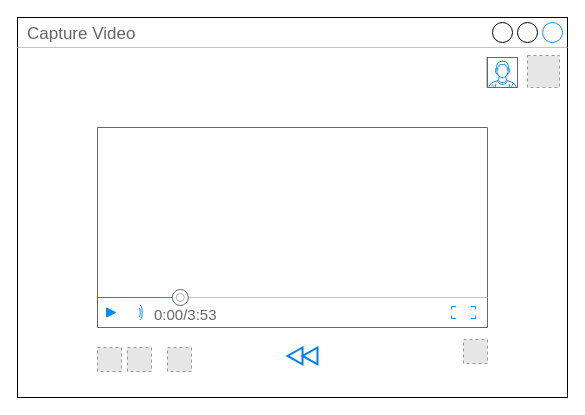
This is page "Certified User - Landing" (5 of 10) of Untitled Diagram.drawio from wowarjuna/ivod, a draw.io file, before an edit. Source tidied: cells renumbered, new cells numbered last; positions are measured from the earlier drawing's top-left corner, leaving out a move shared by most shapes. Both pictures are drawn from the tidied source at 100%, with x=0, y=0 at pixel (17, 17). Pictures stored in the file or linked from it are replaced by grey dashed boxes.
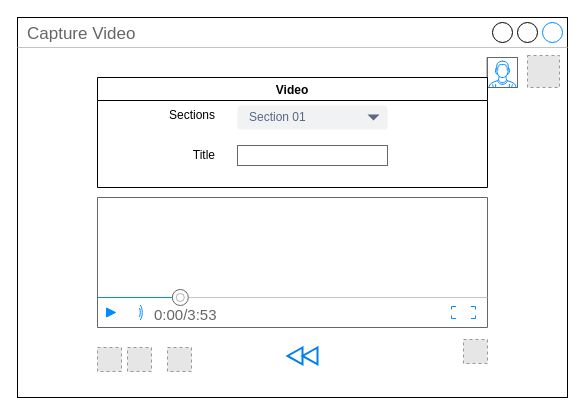
The same page after the edit.

Diff of the diagram source:
```diff
@@
 <mxGraphModel>
   <root>
     <mxCell id="0" />
     <mxCell id="1" parent="0" />
     <mxCell id="2" value="Capture Video" style="strokeWidth=1;shadow=0;dashed=0;align=center;html=1;shape=mxgraph.mockup.containers.window;align=left;verticalAlign=top;spacingLeft=8;strokeColor2=#008cff;strokeColor3=#c4c4c4;fontColor=#666666;mainText=;fontSize=17;labelBackgroundColor=none;" parent="1" vertex="1">
       <mxGeometry width="550" height="380" as="geometry" />
     </mxCell>
     <mxCell id="3" style="verticalLabelPosition=bottom;shadow=0;dashed=0;align=center;html=1;verticalAlign=top;strokeWidth=1;shape=mxgraph.mockup.containers.userMale;strokeColor=#666666;strokeColor2=#008cff;" parent="1" vertex="1">
       <mxGeometry x="470" y="40" width="30" height="30" as="geometry" />
     </mxCell>
     <mxCell id="4" style="fillColor=#E6E6E6;strokeColor=#999999;dashed=1;html=1;verticalAlign=top;verticalLabelPosition=bottom;labelBackgroundColor=#ffffff;fontSize=12;" parent="1" vertex="1">
       <mxGeometry x="80" y="330" width="24" height="24" as="geometry" />
     </mxCell>
     <mxCell id="5" style="html=1;verticalLabelPosition=bottom;align=center;labelBackgroundColor=#ffffff;verticalAlign=top;strokeWidth=2;strokeColor=#0080F0;shadow=0;dashed=0;shape=mxgraph.ios7.icons.backward;fontSize=12;" parent="1" vertex="1">
       <mxGeometry x="270" y="330" width="30" height="16.8" as="geometry" />
     </mxCell>
     <mxCell id="6" style="fillColor=#E6E6E6;strokeColor=#999999;dashed=1;html=1;verticalAlign=top;verticalLabelPosition=bottom;labelBackgroundColor=#ffffff;fontSize=12;" parent="1" vertex="1">
       <mxGeometry x="510" y="38" width="32" height="32" as="geometry" />
     </mxCell>
     <mxCell id="7" style="verticalLabelPosition=bottom;shadow=0;dashed=0;align=center;html=1;verticalAlign=top;strokeWidth=1;shape=mxgraph.mockup.containers.videoPlayer;strokeColor=#666666;strokeColor2=#008cff;strokeColor3=#c4c4c4;textColor=#666666;fillColor2=#008cff;barHeight=30;barPos=20;fontSize=12;" parent="1" vertex="1">
-      <mxGeometry x="80" y="110" width="390" height="200" as="geometry" />
+      <mxGeometry x="80" y="180" width="390" height="130" as="geometry" />
     </mxCell>
     <mxCell id="8" style="fillColor=#E6E6E6;strokeColor=#999999;dashed=1;html=1;verticalAlign=top;verticalLabelPosition=bottom;labelBackgroundColor=#ffffff;" parent="1" vertex="1">
       <mxGeometry x="446" y="322" width="24" height="24" as="geometry" />
     </mxCell>
     <mxCell id="9" style="fillColor=#E6E6E6;strokeColor=#999999;dashed=1;html=1;verticalAlign=top;verticalLabelPosition=bottom;labelBackgroundColor=#ffffff;" parent="1" vertex="1">
       <mxGeometry x="150" y="330" width="24" height="24" as="geometry" />
     </mxCell>
     <mxCell id="10" style="fillColor=#E6E6E6;strokeColor=#999999;dashed=1;html=1;verticalAlign=top;verticalLabelPosition=bottom;labelBackgroundColor=#ffffff;" parent="1" vertex="1">
       <mxGeometry x="110" y="330" width="24" height="24" as="geometry" />
     </mxCell>
+    <mxCell id="11" value="Video" style="swimlane;fontSize=12;align=center;" parent="1" vertex="1">
+      <mxGeometry x="80" y="60" width="390" height="110" as="geometry" />
+    </mxCell>
+    <mxCell id="12" value="Sections" style="text;html=1;strokeColor=none;fillColor=none;align=right;verticalAlign=middle;whiteSpace=wrap;rounded=0;" parent="1" vertex="1">
+      <mxGeometry x="90" y="88" width="110" height="20" as="geometry" />
+    </mxCell>
+    <mxCell id="13" value="Section 01" style="rounded=1;fillColor=#F1F2F4;strokeColor=none;html=1;fontColor=#596780;align=left;fontSize=12;spacingLeft=10;" parent="1" vertex="1">
+      <mxGeometry x="220" y="88" width="150" height="24" as="geometry" />
+    </mxCell>
+    <mxCell id="14" style="shape=triangle;direction=south;fillColor=#596780;strokeColor=none;html=1;" parent="13" vertex="1">
+      <mxGeometry x="1" y="0.5" width="12" height="6" relative="1" as="geometry">
+        <mxPoint x="-20" y="-3" as="offset" />
+      </mxGeometry>
+    </mxCell>
+    <mxCell id="15" value="Title" style="text;html=1;strokeColor=none;fillColor=none;align=right;verticalAlign=middle;whiteSpace=wrap;rounded=0;" parent="1" vertex="1">
+      <mxGeometry x="90" y="128" width="110" height="20" as="geometry" />
+    </mxCell>
+    <mxCell id="16" style="strokeWidth=1;shadow=0;dashed=0;align=center;html=1;shape=mxgraph.mockup.text.textBox;fontColor=#666666;align=left;fontSize=12;spacingLeft=4;spacingTop=-3;strokeColor=#666666;mainText=;" parent="1" vertex="1">
+      <mxGeometry x="220" y="128" width="150" height="20" as="geometry" />
+    </mxCell>
   </root>
 </mxGraphModel>
```
